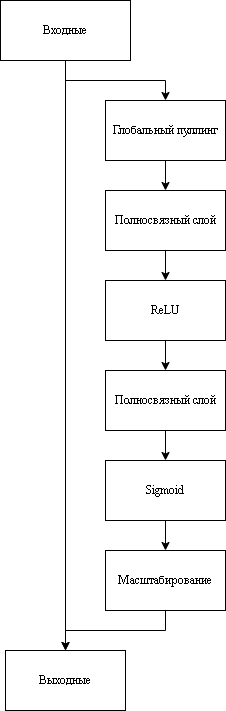
Before: doc/tex/img/seam.png, a diagram exported from draw.io (jokerva1010123/BMSTU-Diplom-Magis). Source tidied: cells renumbered, new cells last; positions are measured from the earlier drawing's top-left corner, leaving out a move shared by most shapes. Source of this version:
```xml
<mxGraphModel>
  <root>
    <mxCell id="0" />
    <mxCell id="1" parent="0" />
    <mxCell id="2" style="edgeStyle=orthogonalEdgeStyle;rounded=0;jettySize=auto;html=1;exitX=0.5;exitY=1;exitDx=0;exitDy=0;entryX=0.5;entryY=0;entryDx=0;entryDy=0;" parent="1" edge="1" source="4" target="17">
      <mxGeometry relative="1" as="geometry" />
    </mxCell>
    <mxCell id="3" style="edgeStyle=orthogonalEdgeStyle;rounded=0;jettySize=auto;html=1;exitX=0.5;exitY=1;exitDx=0;exitDy=0;entryX=0.5;entryY=0;entryDx=0;entryDy=0;" parent="1" edge="1" source="4" target="6">
      <mxGeometry relative="1" as="geometry" />
    </mxCell>
    <mxCell id="4" value="Входные" style="rounded=0;whiteSpace=wrap;html=1;fontFamily=Times New Roman;fillColor=none;" parent="1" vertex="1">
      <mxGeometry width="130" height="60" as="geometry" />
    </mxCell>
    <mxCell id="5" style="edgeStyle=orthogonalEdgeStyle;rounded=0;jettySize=auto;html=1;exitX=0.5;exitY=1;exitDx=0;exitDy=0;entryX=0.5;entryY=0;entryDx=0;entryDy=0;" parent="1" edge="1" source="6" target="8">
      <mxGeometry relative="1" as="geometry" />
    </mxCell>
    <mxCell id="6" value="Глобальный пуллинг" style="rounded=0;whiteSpace=wrap;html=1;fontFamily=Times New Roman;fillColor=none;" parent="1" vertex="1">
      <mxGeometry x="105" y="100" width="120" height="60" as="geometry" />
    </mxCell>
    <mxCell id="7" style="edgeStyle=orthogonalEdgeStyle;rounded=0;jettySize=auto;html=1;exitX=0.5;exitY=1;exitDx=0;exitDy=0;entryX=0.5;entryY=0;entryDx=0;entryDy=0;" parent="1" edge="1" source="8" target="10">
      <mxGeometry relative="1" as="geometry" />
    </mxCell>
    <mxCell id="8" value="Полносвязный слой" style="rounded=0;whiteSpace=wrap;html=1;fontFamily=Times New Roman;fillColor=none;" parent="1" vertex="1">
      <mxGeometry x="105" y="190" width="120" height="60" as="geometry" />
    </mxCell>
    <mxCell id="9" style="edgeStyle=orthogonalEdgeStyle;rounded=0;jettySize=auto;html=1;exitX=0.5;exitY=1;exitDx=0;exitDy=0;entryX=0.5;entryY=0;entryDx=0;entryDy=0;" parent="1" edge="1" source="10" target="12">
      <mxGeometry relative="1" as="geometry" />
    </mxCell>
    <mxCell id="10" value="ReLU" style="rounded=0;whiteSpace=wrap;html=1;fontFamily=Times New Roman;fillColor=none;" parent="1" vertex="1">
      <mxGeometry x="105" y="280" width="120" height="60" as="geometry" />
    </mxCell>
    <mxCell id="11" style="edgeStyle=orthogonalEdgeStyle;rounded=0;jettySize=auto;html=1;exitX=0.5;exitY=1;exitDx=0;exitDy=0;entryX=0.5;entryY=0;entryDx=0;entryDy=0;" parent="1" edge="1" source="12" target="14">
      <mxGeometry relative="1" as="geometry" />
    </mxCell>
    <mxCell id="12" value="Полносвязный слой" style="rounded=0;whiteSpace=wrap;html=1;fontFamily=Times New Roman;fillColor=none;" parent="1" vertex="1">
      <mxGeometry x="105" y="370" width="120" height="60" as="geometry" />
    </mxCell>
    <mxCell id="13" style="edgeStyle=orthogonalEdgeStyle;rounded=0;jettySize=auto;html=1;exitX=0.5;exitY=1;exitDx=0;exitDy=0;entryX=0.5;entryY=0;entryDx=0;entryDy=0;" parent="1" edge="1" source="14" target="16">
      <mxGeometry relative="1" as="geometry" />
    </mxCell>
    <mxCell id="14" value="&lt;div style=&quot;text-align: start;&quot;&gt;Sigmoid&lt;/div&gt;" style="rounded=0;whiteSpace=wrap;html=1;fontFamily=Times New Roman;fillColor=none;" parent="1" vertex="1">
      <mxGeometry x="105" y="460" width="120" height="60" as="geometry" />
    </mxCell>
    <mxCell id="15" style="edgeStyle=orthogonalEdgeStyle;rounded=0;jettySize=auto;html=1;exitX=0.5;exitY=1;exitDx=0;exitDy=0;entryX=0.5;entryY=0;entryDx=0;entryDy=0;" parent="1" edge="1" source="16" target="17">
      <mxGeometry relative="1" as="geometry" />
    </mxCell>
    <mxCell id="16" value="Масштабирование" style="rounded=0;whiteSpace=wrap;html=1;fontFamily=Times New Roman;fillColor=none;" parent="1" vertex="1">
      <mxGeometry x="105" y="550" width="120" height="60" as="geometry" />
    </mxCell>
    <mxCell id="17" value="Выходные" style="rounded=0;whiteSpace=wrap;html=1;fontFamily=Times New Roman;fillColor=none;" parent="1" vertex="1">
      <mxGeometry x="5" y="650" width="120" height="60" as="geometry" />
    </mxCell>
  </root>
</mxGraphModel>
```
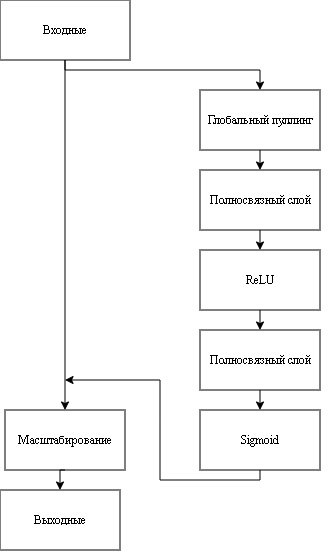
Above is the later version.

Diff of the diagram source:
```diff
@@ -2,53 +2,65 @@
   <root>
     <mxCell id="0" />
     <mxCell id="1" parent="0" />
-    <mxCell id="2" style="edgeStyle=orthogonalEdgeStyle;rounded=0;jettySize=auto;html=1;exitX=0.5;exitY=1;exitDx=0;exitDy=0;entryX=0.5;entryY=0;entryDx=0;entryDy=0;" parent="1" edge="1" source="4" target="17">
-      <mxGeometry relative="1" as="geometry" />
-    </mxCell>
+    <mxCell id="18" style="edgeStyle=orthogonalEdgeStyle;rounded=0;jettySize=auto;html=1;exitX=0.5;exitY=1;exitDx=0;exitDy=0;entryX=0.5;entryY=0;entryDx=0;entryDy=0;" parent="1" edge="1" source="4" target="16">
+      <mxGeometry relative="1" as="geometry" />
+    </mxCell>
     <mxCell id="3" style="edgeStyle=orthogonalEdgeStyle;rounded=0;jettySize=auto;html=1;exitX=0.5;exitY=1;exitDx=0;exitDy=0;entryX=0.5;entryY=0;entryDx=0;entryDy=0;" parent="1" edge="1" source="4" target="6">
-      <mxGeometry relative="1" as="geometry" />
+      <mxGeometry relative="1" as="geometry">
+        <Array as="points">
+          <mxPoint x="-30" y="60" />
+          <mxPoint x="165" y="60" />
+        </Array>
+      </mxGeometry>
     </mxCell>
     <mxCell id="4" value="Входные" style="rounded=0;whiteSpace=wrap;html=1;fontFamily=Times New Roman;fillColor=none;" parent="1" vertex="1">
-      <mxGeometry width="130" height="60" as="geometry" />
+      <mxGeometry x="-95" y="-10" width="130" height="60" as="geometry" />
     </mxCell>
     <mxCell id="5" style="edgeStyle=orthogonalEdgeStyle;rounded=0;jettySize=auto;html=1;exitX=0.5;exitY=1;exitDx=0;exitDy=0;entryX=0.5;entryY=0;entryDx=0;entryDy=0;" parent="1" edge="1" source="6" target="8">
       <mxGeometry relative="1" as="geometry" />
     </mxCell>
     <mxCell id="6" value="Глобальный пуллинг" style="rounded=0;whiteSpace=wrap;html=1;fontFamily=Times New Roman;fillColor=none;" parent="1" vertex="1">
-      <mxGeometry x="105" y="100" width="120" height="60" as="geometry" />
+      <mxGeometry x="105" y="80" width="120" height="60" as="geometry" />
     </mxCell>
     <mxCell id="7" style="edgeStyle=orthogonalEdgeStyle;rounded=0;jettySize=auto;html=1;exitX=0.5;exitY=1;exitDx=0;exitDy=0;entryX=0.5;entryY=0;entryDx=0;entryDy=0;" parent="1" edge="1" source="8" target="10">
       <mxGeometry relative="1" as="geometry" />
     </mxCell>
     <mxCell id="8" value="Полносвязный слой" style="rounded=0;whiteSpace=wrap;html=1;fontFamily=Times New Roman;fillColor=none;" parent="1" vertex="1">
-      <mxGeometry x="105" y="190" width="120" height="60" as="geometry" />
+      <mxGeometry x="105" y="160" width="120" height="60" as="geometry" />
     </mxCell>
     <mxCell id="9" style="edgeStyle=orthogonalEdgeStyle;rounded=0;jettySize=auto;html=1;exitX=0.5;exitY=1;exitDx=0;exitDy=0;entryX=0.5;entryY=0;entryDx=0;entryDy=0;" parent="1" edge="1" source="10" target="12">
       <mxGeometry relative="1" as="geometry" />
     </mxCell>
     <mxCell id="10" value="ReLU" style="rounded=0;whiteSpace=wrap;html=1;fontFamily=Times New Roman;fillColor=none;" parent="1" vertex="1">
-      <mxGeometry x="105" y="280" width="120" height="60" as="geometry" />
+      <mxGeometry x="105" y="240" width="120" height="60" as="geometry" />
     </mxCell>
     <mxCell id="11" style="edgeStyle=orthogonalEdgeStyle;rounded=0;jettySize=auto;html=1;exitX=0.5;exitY=1;exitDx=0;exitDy=0;entryX=0.5;entryY=0;entryDx=0;entryDy=0;" parent="1" edge="1" source="12" target="14">
       <mxGeometry relative="1" as="geometry" />
     </mxCell>
     <mxCell id="12" value="Полносвязный слой" style="rounded=0;whiteSpace=wrap;html=1;fontFamily=Times New Roman;fillColor=none;" parent="1" vertex="1">
-      <mxGeometry x="105" y="370" width="120" height="60" as="geometry" />
+      <mxGeometry x="105" y="320" width="120" height="60" as="geometry" />
     </mxCell>
-    <mxCell id="13" style="edgeStyle=orthogonalEdgeStyle;rounded=0;jettySize=auto;html=1;exitX=0.5;exitY=1;exitDx=0;exitDy=0;entryX=0.5;entryY=0;entryDx=0;entryDy=0;" parent="1" edge="1" source="14" target="16">
-      <mxGeometry relative="1" as="geometry" />
-    </mxCell>
+    <mxCell id="19" style="edgeStyle=orthogonalEdgeStyle;rounded=0;jettySize=auto;html=1;exitX=0.5;exitY=1;exitDx=0;exitDy=0;" parent="1" edge="1" source="14">
+      <mxGeometry relative="1" as="geometry">
+        <mxPoint x="-30" y="370" as="targetPoint" />
+        <Array as="points">
+          <mxPoint x="165" y="470" />
+          <mxPoint x="65" y="470" />
+          <mxPoint x="65" y="370" />
+        </Array>
+      </mxGeometry>
+    </mxCell>
     <mxCell id="14" value="&lt;div style=&quot;text-align: start;&quot;&gt;Sigmoid&lt;/div&gt;" style="rounded=0;whiteSpace=wrap;html=1;fontFamily=Times New Roman;fillColor=none;" parent="1" vertex="1">
-      <mxGeometry x="105" y="460" width="120" height="60" as="geometry" />
+      <mxGeometry x="105" y="400" width="120" height="60" as="geometry" />
     </mxCell>
     <mxCell id="15" style="edgeStyle=orthogonalEdgeStyle;rounded=0;jettySize=auto;html=1;exitX=0.5;exitY=1;exitDx=0;exitDy=0;entryX=0.5;entryY=0;entryDx=0;entryDy=0;" parent="1" edge="1" source="16" target="17">
       <mxGeometry relative="1" as="geometry" />
     </mxCell>
     <mxCell id="16" value="Масштабирование" style="rounded=0;whiteSpace=wrap;html=1;fontFamily=Times New Roman;fillColor=none;" parent="1" vertex="1">
-      <mxGeometry x="105" y="550" width="120" height="60" as="geometry" />
+      <mxGeometry x="-90" y="400" width="120" height="60" as="geometry" />
     </mxCell>
     <mxCell id="17" value="Выходные" style="rounded=0;whiteSpace=wrap;html=1;fontFamily=Times New Roman;fillColor=none;" parent="1" vertex="1">
-      <mxGeometry x="5" y="650" width="120" height="60" as="geometry" />
+      <mxGeometry x="-95" y="480" width="120" height="60" as="geometry" />
     </mxCell>
   </root>
 </mxGraphModel>
```
